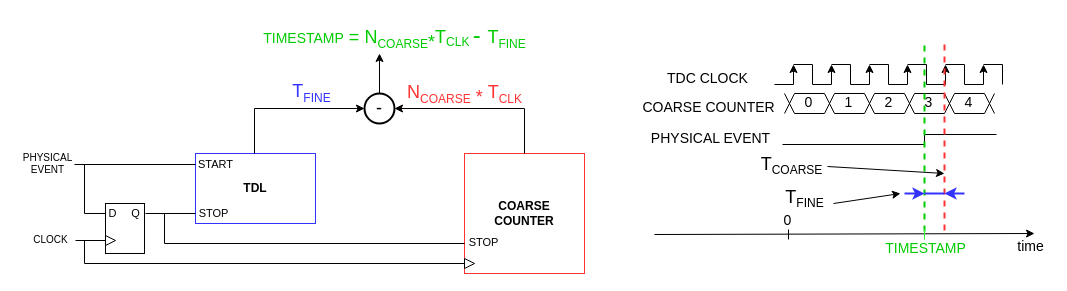
Before: 2.State-of-the-Art/images/nutt.dio in mconsonni96/Tesi, a draw.io diagram. Source tidied: cells renumbered, new cells numbered last; positions are measured from the earlier drawing's top-left corner, leaving out a move shared by most shapes. Both pictures are drawn from the tidied source at 100%, with x=0, y=0 at pixel (17, 17).
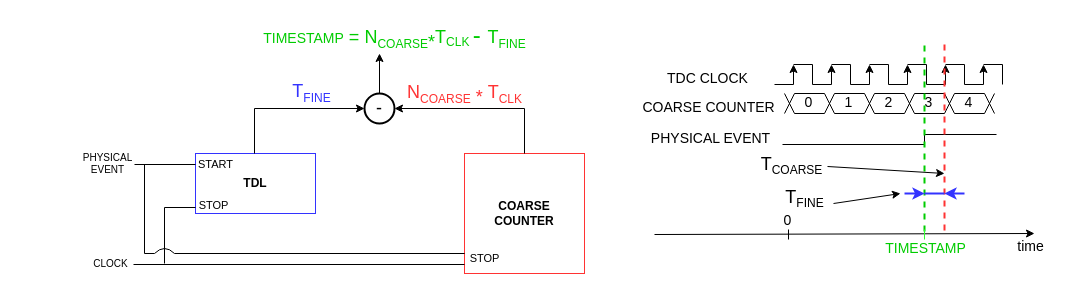
After the change.

What changed in the source:
```diff
@@
     <mxCell id="2" value="&lt;b&gt;TDL&lt;/b&gt;" style="whiteSpace=wrap;html=1;strokeColor=#3333FF;" parent="1" vertex="1">
-      <mxGeometry x="178" y="136" width="120" height="70" as="geometry" />
+      <mxGeometry x="178" y="136" width="120" height="60" as="geometry" />
     </mxCell>
@@
     <mxCell id="4" value="&lt;font style=&quot;font-size: 11px&quot;&gt;STOP&lt;/font&gt;" style="text;html=1;align=center;verticalAlign=middle;fillColor=none;strokeColor=none;rounded=0;" parent="1" vertex="1">
-      <mxGeometry x="171" y="186" width="50" height="20" as="geometry" />
+      <mxGeometry x="171" y="178" width="50" height="20" as="geometry" />
     </mxCell>
@@
     <mxCell id="6" value="&lt;font style=&quot;font-size: 11px&quot;&gt;STOP&lt;/font&gt;" style="text;html=1;align=center;verticalAlign=middle;fillColor=none;strokeColor=none;rounded=0;fontSize=12;" parent="1" vertex="1">
-      <mxGeometry x="441" y="215" width="50" height="20" as="geometry" />
+      <mxGeometry x="442" y="231" width="50" height="20" as="geometry" />
     </mxCell>
     <mxCell id="7" style="endArrow=none;html=1;fontSize=10;" parent="1" edge="1">
       <mxGeometry relative="1" as="geometry">
-        <mxPoint x="147" y="246" as="sourcePoint" />
-        <mxPoint x="447" y="246" as="targetPoint" />
+        <mxPoint x="147" y="247" as="sourcePoint" />
+        <mxPoint x="447" y="247" as="targetPoint" />
       </mxGeometry>
     </mxCell>
+    <mxCell id="105" style="endArrow=none;html=1;fontSize=10;" parent="1" edge="1">
+      <mxGeometry relative="1" as="geometry">
+        <mxPoint x="147" y="190" as="sourcePoint" />
+        <mxPoint x="178" y="190" as="targetPoint" />
+      </mxGeometry>
+    </mxCell>
     <mxCell id="8" style="endArrow=none;html=1;fontSize=10;" parent="1" edge="1">
       <mxGeometry relative="1" as="geometry">
-        <mxPoint x="147" y="226" as="sourcePoint" />
-        <mxPoint x="147" y="196" as="targetPoint" />
+        <mxPoint x="147" y="246" as="sourcePoint" />
+        <mxPoint x="147" y="190" as="targetPoint" />
       </mxGeometry>
     </mxCell>
     <mxCell id="9" style="endArrow=none;html=1;fontSize=10;" parent="1" edge="1">
       <mxGeometry relative="1" as="geometry">
-        <mxPoint x="67" y="246" as="sourcePoint" />
-        <mxPoint x="156" y="246" as="targetPoint" />
+        <mxPoint x="116" y="247" as="sourcePoint" />
+        <mxPoint x="156" y="247" as="targetPoint" />
       </mxGeometry>
     </mxCell>
     <mxCell id="10" style="endArrow=none;html=1;fontSize=10;" parent="1" edge="1">
       <mxGeometry relative="1" as="geometry">
-        <mxPoint x="57" y="147" as="sourcePoint" />
+        <mxPoint x="117" y="147" as="sourcePoint" />
         <mxPoint x="178" y="147" as="targetPoint" />
       </mxGeometry>
     </mxCell>
     <mxCell id="11" value="CLOCK" style="text;html=1;align=center;verticalAlign=middle;fillColor=none;strokeColor=none;rounded=0;fontSize=10;" parent="1" vertex="1">
-      <mxGeometry x="8" y="212" width="50" height="20" as="geometry" />
+      <mxGeometry x="68" y="236" width="50" height="20" as="geometry" />
     </mxCell>
     <mxCell id="12" value="PHYSICAL&lt;br&gt;EVENT" style="text;html=1;align=center;verticalAlign=middle;fillColor=none;strokeColor=none;rounded=0;fontSize=10;" parent="1" vertex="1">
-      <mxGeometry y="131" width="60" height="30" as="geometry" />
+      <mxGeometry x="60" y="131" width="60" height="30" as="geometry" />
     </mxCell>
@@
     <mxCell id="94" style="endArrow=none;html=1;fontSize=10;" parent="1" edge="1">
       <mxGeometry relative="1" as="geometry">
-        <mxPoint x="67" y="196" as="sourcePoint" />
-        <mxPoint x="67" y="147" as="targetPoint" />
+        <mxPoint x="127" y="236" as="sourcePoint" />
+        <mxPoint x="127" y="147" as="targetPoint" />
       </mxGeometry>
     </mxCell>
+    <mxCell id="106" style="endArrow=none;html=1;fontSize=10;" parent="1" edge="1">
+      <mxGeometry relative="1" as="geometry">
+        <mxPoint x="127" y="236" as="sourcePoint" />
+        <mxPoint x="137" y="236" as="targetPoint" />
+      </mxGeometry>
+    </mxCell>
+    <mxCell id="107" style="curved=1;endArrow=none;html=1;endFill=0;" parent="1" edge="1">
+      <mxGeometry relative="1" as="geometry">
+        <mxPoint x="137" y="236" as="sourcePoint" />
+        <mxPoint x="157" y="236" as="targetPoint" />
+        <Array as="points">
+          <mxPoint x="147" y="226" />
+        </Array>
+      </mxGeometry>
+    </mxCell>
     <mxCell id="95" style="endArrow=none;html=1;fontSize=10;" parent="1" edge="1">
       <mxGeometry relative="1" as="geometry">
-        <mxPoint x="147" y="226" as="sourcePoint" />
-        <mxPoint x="447.2" y="226" as="targetPoint" />
+        <mxPoint x="157" y="236" as="sourcePoint" />
+        <mxPoint x="447.2" y="236" as="targetPoint" />
       </mxGeometry>
     </mxCell>
-    <mxCell id="96" style="rounded=0;whiteSpace=wrap;html=1;" parent="1" vertex="1">
-      <mxGeometry x="88" y="186" width="39" height="50" as="geometry" />
-    </mxCell>
-    <mxCell id="97" value="&lt;font style=&quot;font-size: 11px&quot;&gt;D&lt;/font&gt;" style="text;html=1;align=center;verticalAlign=middle;fillColor=none;strokeColor=none;rounded=0;" parent="1" vertex="1">
-      <mxGeometry x="85" y="186" width="20" height="20" as="geometry" />
-    </mxCell>
-    <mxCell id="98" value="&lt;font style=&quot;font-size: 11px&quot;&gt;Q&lt;/font&gt;" style="text;html=1;align=center;verticalAlign=middle;points=[];fillColor=none;strokeColor=none;rounded=0;" parent="1" vertex="1">
-      <mxGeometry x="108" y="186" width="20" height="20" as="geometry" />
-    </mxCell>
-    <mxCell id="99" style="triangle;whiteSpace=wrap;html=1;" parent="1" vertex="1">
-      <mxGeometry x="88" y="218" width="10" height="10" as="geometry" />
-    </mxCell>
-    <mxCell id="100" style="endArrow=none;html=1;fontSize=10;entryX=0;entryY=0.5;entryDx=0;entryDy=0;" parent="1" edge="1" target="99">
-      <mxGeometry relative="1" as="geometry">
-        <mxPoint x="58" y="223" as="sourcePoint" />
-      </mxGeometry>
-    </mxCell>
-    <mxCell id="101" style="endArrow=none;html=1;fontSize=10;entryX=0;entryY=0.5;entryDx=0;entryDy=0;" parent="1" edge="1">
-      <mxGeometry relative="1" as="geometry">
-        <mxPoint x="67" y="196" as="sourcePoint" />
-        <mxPoint x="88" y="196" as="targetPoint" />
-      </mxGeometry>
-    </mxCell>
-    <mxCell id="102" style="endArrow=none;html=1;fontSize=10;entryX=0;entryY=0.5;entryDx=0;entryDy=0;" parent="1" edge="1" source="98">
-      <mxGeometry relative="1" as="geometry">
-        <mxPoint x="178" y="196" as="targetPoint" />
-      </mxGeometry>
-    </mxCell>
-    <mxCell id="103" style="triangle;whiteSpace=wrap;html=1;" parent="1" vertex="1">
-      <mxGeometry x="447" y="241" width="10" height="10" as="geometry" />
-    </mxCell>
-    <mxCell id="104" style="endArrow=none;html=1;fontSize=10;" parent="1" edge="1">
-      <mxGeometry relative="1" as="geometry">
-        <mxPoint x="67" y="246" as="sourcePoint" />
-        <mxPoint x="67" y="223" as="targetPoint" />
-      </mxGeometry>
-    </mxCell>
```
